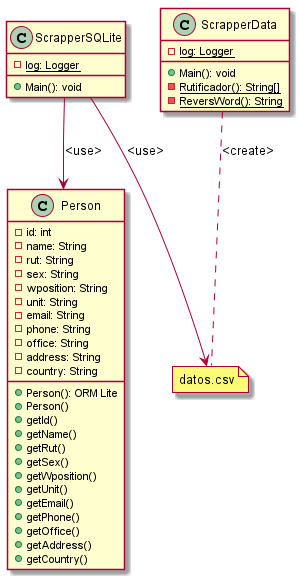
Earlier version of the PlantUML export parkingScraping/diagram.png (jzuletas005/ParkingUCN). Source of this version:
```plantuml
@startuml
class Person{

- id: int
- name: String
- rut: String
- sex: String
- wposition: String
- unit: String
- email: String
- phone: String
- office: String
- address: String
- country: String

+ Person(): ORM Lite
+ Person()
+ getId()
+ getName()
+ getRut()
+ getSex()
+ getWposition()
+ getUnit()
+ getEmail()
+ getPhone()
+ getOffice()
+ getAddress()
+ getCountry()

}

class ScrapperData{

- {static}log: Logger

+ Main(): void
- {static}Rutificador(): String[]
- {static}ReversWord(): String

}

class ScrapperSQLite{

- {static}log: Logger
+ Main(): void
}

note "datos.csv" as N1

ScrapperData ..N1:<create>
ScrapperSQLite -->N1:<use>
ScrapperSQLite -->Person:<use>

@enduml
```
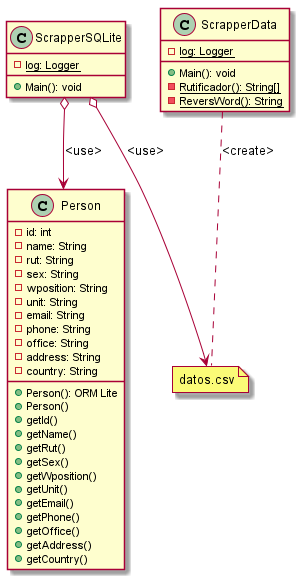
After the change.

What changed in the source:
```diff
@@ -48,7 +48,7 @@
 note "datos.csv" as N1
 
 ScrapperData ..N1:<create>
-ScrapperSQLite -->N1:<use>
-ScrapperSQLite -->Person:<use>
+ScrapperSQLite o-->N1:<use>
+ScrapperSQLite o-->Person:<use>
 
 @enduml
```
